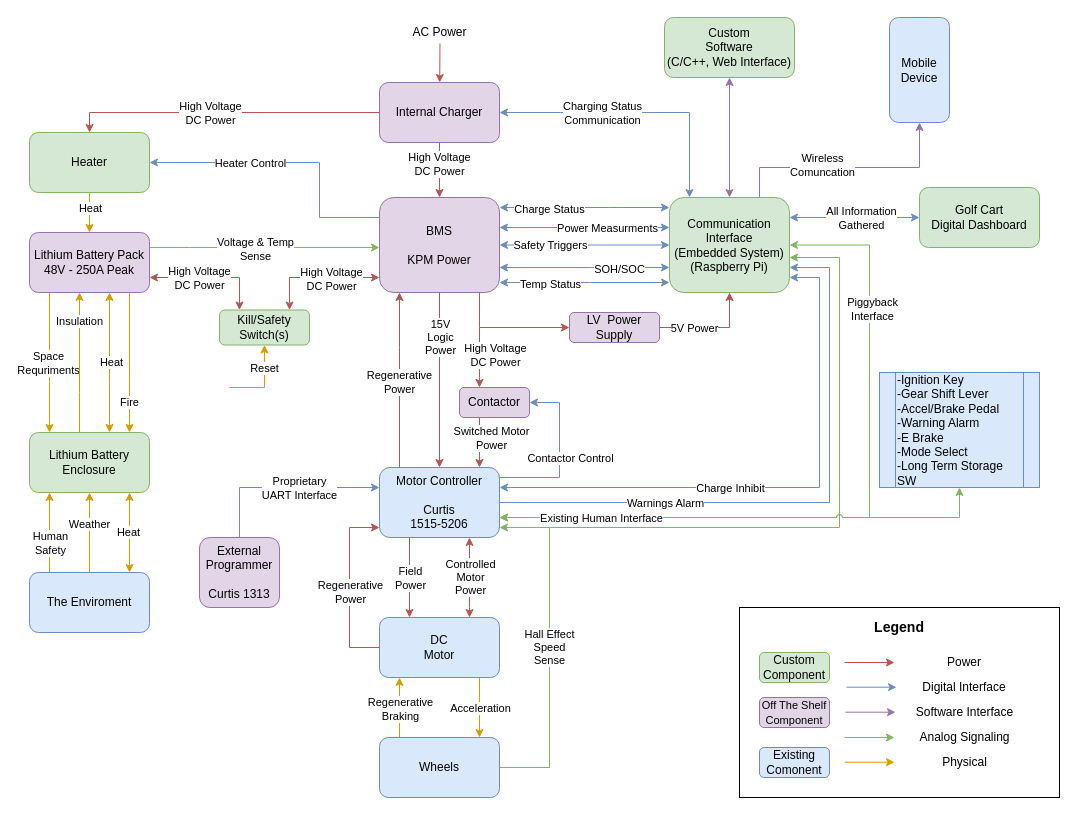
khallman97/ENG4000 keeps this draw.io diagram as Diagrams/FSD v1.1.drawio. Above is the earlier version. Source tidied: cells renumbered, new cells numbered last; positions are measured from the earlier drawing's top-left corner, leaving out a move shared by most shapes. Both pictures are drawn from the tidied source at 100%, with x=0, y=0 at pixel (29, 17).
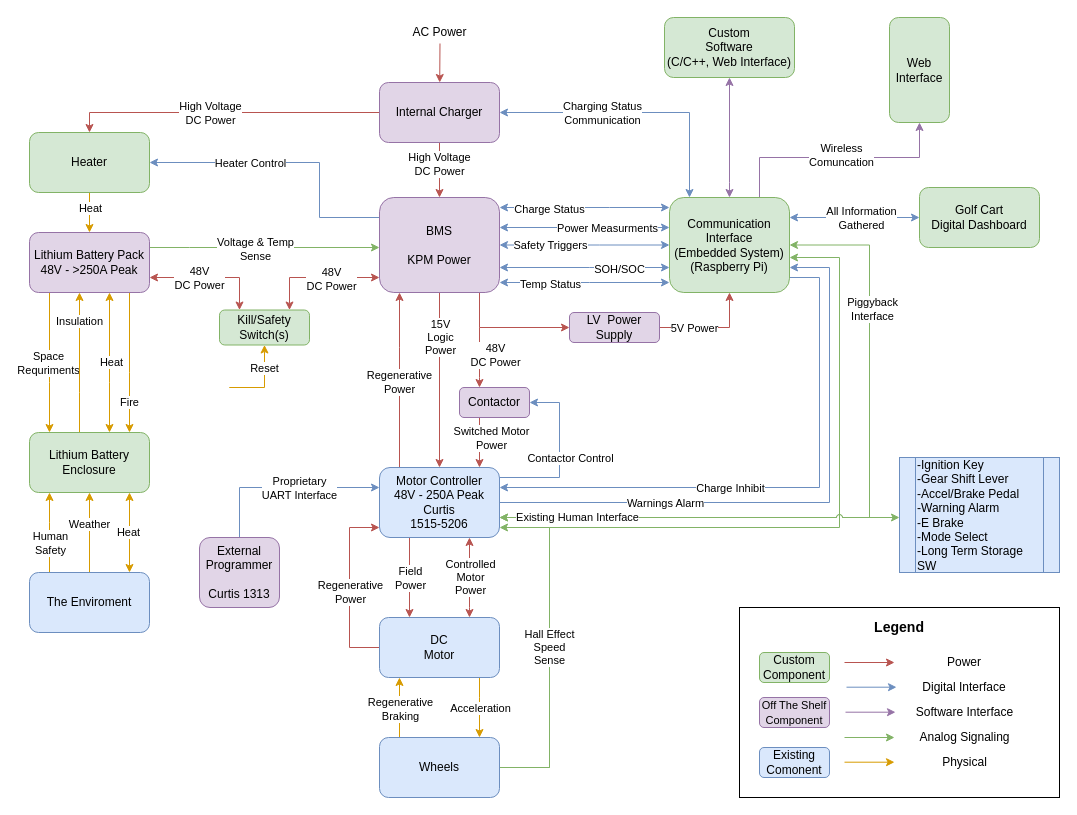
The same page after the edit.

Unchanged cells that the change refers to:
```xml
<mxCell id="3" style="edgeStyle=orthogonalEdgeStyle;rounded=0;jettySize=auto;html=1;startArrow=classic;startFill=1;fillColor=#f8cecc;strokeColor=#b85450;" parent="1" edge="1" source="15" target="85">
  <mxGeometry relative="1" as="geometry">
    <Array as="points">
      <mxPoint x="210" y="260" />
    </Array>
  </mxGeometry>
</mxCell>
<mxCell id="53" value="&lt;div&gt;Communication Interface&lt;/div&gt;&lt;div&gt;(Embedded System)&lt;/div&gt;&lt;div&gt;(Raspberry Pi) &lt;br&gt;&lt;/div&gt;" style="rounded=1;whiteSpace=wrap;html=1;fillColor=#d5e8d4;strokeColor=#82b366;" parent="1" vertex="1">
  <mxGeometry x="640" y="180" width="120" height="95" as="geometry" />
</mxCell>
<mxCell id="54" style="edgeStyle=orthogonalEdgeStyle;rounded=0;jettySize=auto;html=1;startArrow=classic;startFill=1;endArrow=none;endFill=0;fillColor=#f8cecc;strokeColor=#b85450;" parent="1" edge="1" source="115">
  <mxGeometry relative="1" as="geometry">
    <mxPoint x="450" y="310" as="targetPoint" />
    <Array as="points">
      <mxPoint x="450" y="360" />
      <mxPoint x="450" y="360" />
    </Array>
  </mxGeometry>
</mxCell>
<mxCell id="83" style="edgeStyle=orthogonalEdgeStyle;rounded=0;jettySize=auto;html=1;startArrow=classic;startFill=1;endArrow=classic;endFill=1;fillColor=#f8cecc;strokeColor=#b85450;" parent="1" edge="1" source="85" target="29">
  <mxGeometry relative="1" as="geometry">
    <Array as="points">
      <mxPoint x="260" y="260" />
    </Array>
  </mxGeometry>
</mxCell>
```

The edit, as a diff of the source:
```diff
@@
-    <mxCell id="4" value="&lt;div&gt;High Voltage&lt;/div&gt;&lt;div&gt;DC Power&lt;/div&gt;" style="edgeLabel;html=1;align=center;verticalAlign=middle;" parent="3" vertex="1">
+    <mxCell id="4" value="&lt;div&gt;48V&lt;/div&gt;&lt;div&gt;DC Power&lt;/div&gt;" style="edgeLabel;html=1;align=center;verticalAlign=middle;" parent="3" vertex="1">
       <mxGeometry x="-0.1" relative="1" as="geometry">
         <mxPoint x="-5.6" as="offset" />
       </mxGeometry>
     </mxCell>
@@
-    <mxCell id="15" value="&lt;div&gt;Lithium Battery Pack&lt;/div&gt;&lt;div&gt;48V - 250A Peak&lt;br&gt;&lt;/div&gt;" style="rounded=1;whiteSpace=wrap;html=1;fillColor=#e1d5e7;strokeColor=#9673a6;" parent="1" vertex="1">
+    <mxCell id="15" value="&lt;div&gt;Lithium Battery Pack&lt;/div&gt;&lt;div&gt;48V - &amp;gt;250A Peak&lt;br&gt;&lt;/div&gt;" style="rounded=1;whiteSpace=wrap;html=1;fillColor=#e1d5e7;strokeColor=#9673a6;" parent="1" vertex="1">
       <mxGeometry y="215" width="120" height="60" as="geometry" />
     </mxCell>
@@
-    <mxCell id="40" style="edgeStyle=orthogonalEdgeStyle;rounded=0;jettySize=auto;html=1;startArrow=classic;startFill=1;endArrow=classic;endFill=1;fillColor=#dae8fc;strokeColor=#6c8ebf;" parent="1" edge="1" source="53" target="64">
+    <mxCell id="40" style="edgeStyle=orthogonalEdgeStyle;rounded=0;jettySize=auto;html=1;startArrow=none;startFill=0;endArrow=classic;endFill=1;fillColor=#dae8fc;strokeColor=#6c8ebf;" parent="1" edge="1" source="53" target="64">
       <mxGeometry relative="1" as="geometry">
         <Array as="points">
           <mxPoint x="790" y="260" />
           <mxPoint x="790" y="470" />
         </Array>
       </mxGeometry>
     </mxCell>
@@
     <mxCell id="47" style="edgeStyle=orthogonalEdgeStyle;rounded=0;jumpStyle=arc;jettySize=auto;html=1;startArrow=none;startFill=0;endArrow=classic;endFill=1;fillColor=#e1d5e7;strokeColor=#9673a6;" parent="1" edge="1" source="53" target="116">
       <mxGeometry relative="1" as="geometry">
         <Array as="points">
-          <mxPoint x="730" y="150" />
-          <mxPoint x="890" y="150" />
+          <mxPoint x="730" y="140" />
+          <mxPoint x="890" y="140" />
         </Array>
       </mxGeometry>
     </mxCell>
     <mxCell id="48" value="&lt;div&gt;Wireless&lt;/div&gt;&lt;div&gt;Comuncation&lt;br&gt;&lt;/div&gt;" style="edgeLabel;html=1;align=center;verticalAlign=middle;" parent="47" vertex="1">
-      <mxGeometry x="-0.22" y="3" relative="1" as="geometry" />
+      <mxGeometry x="-0.22" y="3" relative="1" as="geometry">
+        <mxPoint x="29" as="offset" />
+      </mxGeometry>
     </mxCell>
@@
-    <mxCell id="55" value="&lt;div&gt;High Voltage&lt;/div&gt;&lt;div&gt;DC Power&lt;/div&gt;" style="edgeLabel;html=1;align=center;verticalAlign=middle;" parent="54" vertex="1">
+    <mxCell id="55" value="&lt;div&gt;48V&lt;/div&gt;&lt;div&gt;DC Power&lt;/div&gt;" style="edgeLabel;html=1;align=center;verticalAlign=middle;" parent="54" vertex="1">
       <mxGeometry x="-0.33" y="3" relative="1" as="geometry">
         <mxPoint x="18" y="-12.9" as="offset" />
       </mxGeometry>
     </mxCell>
@@
-    <mxCell id="64" value="&lt;div&gt;Motor Controller&lt;/div&gt;&lt;div&gt;&lt;br&gt;&lt;/div&gt;&lt;div&gt;Curtis&lt;/div&gt;&lt;div&gt;1515-5206&lt;br&gt;&lt;/div&gt;" style="rounded=1;whiteSpace=wrap;html=1;fillColor=#dae8fc;strokeColor=#6c8ebf;" parent="1" vertex="1">
+    <mxCell id="64" value="&lt;div&gt;Motor Controller&lt;/div&gt;&lt;div&gt;48V - 250A Peak&lt;br&gt;&lt;/div&gt;&lt;div&gt;Curtis&lt;/div&gt;&lt;div&gt;1515-5206&lt;br&gt;&lt;/div&gt;" style="rounded=1;whiteSpace=wrap;html=1;fillColor=#dae8fc;strokeColor=#6c8ebf;" parent="1" vertex="1">
       <mxGeometry x="350" y="450" width="120" height="70" as="geometry" />
     </mxCell>
@@
     <mxCell id="72" style="edgeStyle=orthogonalEdgeStyle;rounded=0;jettySize=auto;html=1;startArrow=classic;startFill=1;fillColor=#d5e8d4;strokeColor=#82b366;jumpStyle=arc;" parent="1" edge="1" source="64" target="109">
       <mxGeometry relative="1" as="geometry">
         <Array as="points">
-          <mxPoint x="930" y="500" />
+          <mxPoint x="670" y="500" />
+          <mxPoint x="670" y="500" />
         </Array>
       </mxGeometry>
     </mxCell>
     <mxCell id="73" value="&lt;div&gt;Existing Human Interface&lt;br&gt;&lt;/div&gt;" style="edgeLabel;html=1;align=center;verticalAlign=middle;" parent="72" vertex="1">
       <mxGeometry x="-0.35" relative="1" as="geometry">
-        <mxPoint x="-57.1" as="offset" />
+        <mxPoint x="-52.1" y="-1" as="offset" />
       </mxGeometry>
     </mxCell>
@@
-    <mxCell id="84" value="&lt;div&gt;High Voltage&lt;/div&gt;&lt;div&gt;DC Power&lt;/div&gt;" style="edgeLabel;html=1;align=center;verticalAlign=middle;" parent="83" vertex="1">
+    <mxCell id="84" value="&lt;div&gt;48V&lt;/div&gt;&lt;div&gt;DC Power&lt;/div&gt;" style="edgeLabel;html=1;align=center;verticalAlign=middle;" parent="83" vertex="1">
       <mxGeometry x="0.03" y="-1" relative="1" as="geometry">
         <mxPoint x="11.4" as="offset" />
       </mxGeometry>
     </mxCell>
@@
     <mxCell id="109" value="&lt;div&gt;-Ignition Key&lt;br&gt;&lt;/div&gt;&lt;div&gt;-Gear Shift Lever&lt;/div&gt;&lt;div&gt;-Accel/Brake Pedal&lt;br&gt;&lt;/div&gt;&lt;div&gt;-Warning Alarm&lt;/div&gt;&lt;div&gt;-E Brake&lt;br&gt;&lt;/div&gt;&lt;div&gt;-Mode Select&lt;/div&gt;&lt;div&gt;-Long Term Storage SW&lt;br&gt;&lt;/div&gt;" style="shape=process;whiteSpace=wrap;html=1;backgroundOutline=1;align=left;fillColor=#dae8fc;strokeColor=#6c8ebf;gradientDirection=north;" parent="1" vertex="1">
-      <mxGeometry x="850" y="355" width="160" height="115" as="geometry" />
+      <mxGeometry x="870" y="440" width="160" height="115" as="geometry" />
     </mxCell>
@@
-    <mxCell id="116" value="&lt;div&gt;Mobile&lt;/div&gt;&lt;div&gt;Device&lt;br&gt;&lt;/div&gt;" style="rounded=1;whiteSpace=wrap;html=1;fillColor=#dae8fc;strokeColor=#6c8ebf;" parent="1" vertex="1">
+    <mxCell id="116" value="Web Interface" style="rounded=1;whiteSpace=wrap;html=1;fillColor=#d5e8d4;strokeColor=#82b366;" parent="1" vertex="1">
       <mxGeometry x="860" width="60" height="105" as="geometry" />
     </mxCell>
```
